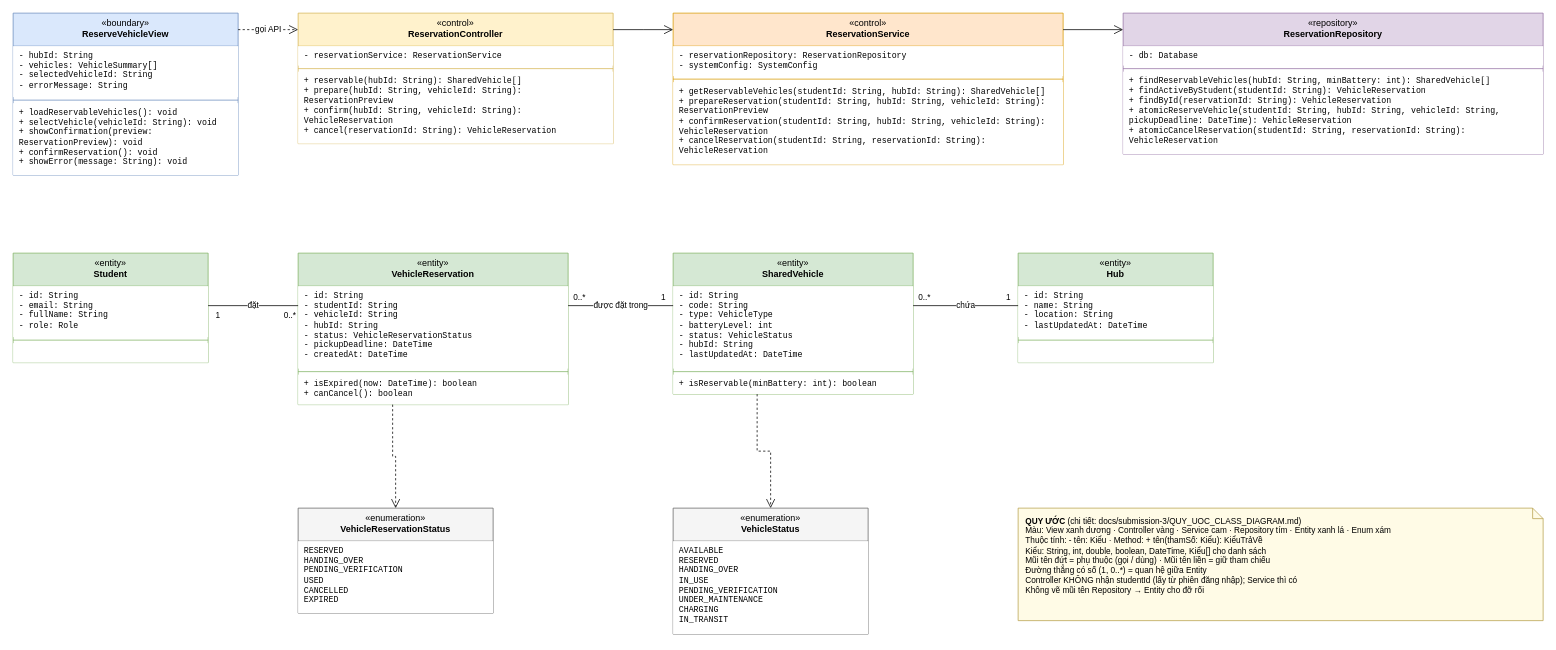
Before: docs/submission-3/class-diagram-template.drawio in nhanbui304/smart-emobility-hub, a draw.io diagram. Source tidied: cells renumbered, new cells numbered last; positions are measured from the earlier drawing's top-left corner, leaving out a move shared by most shapes. Both pictures are drawn from the tidied source at 75%, with x=0, y=0 at pixel (13, 13).
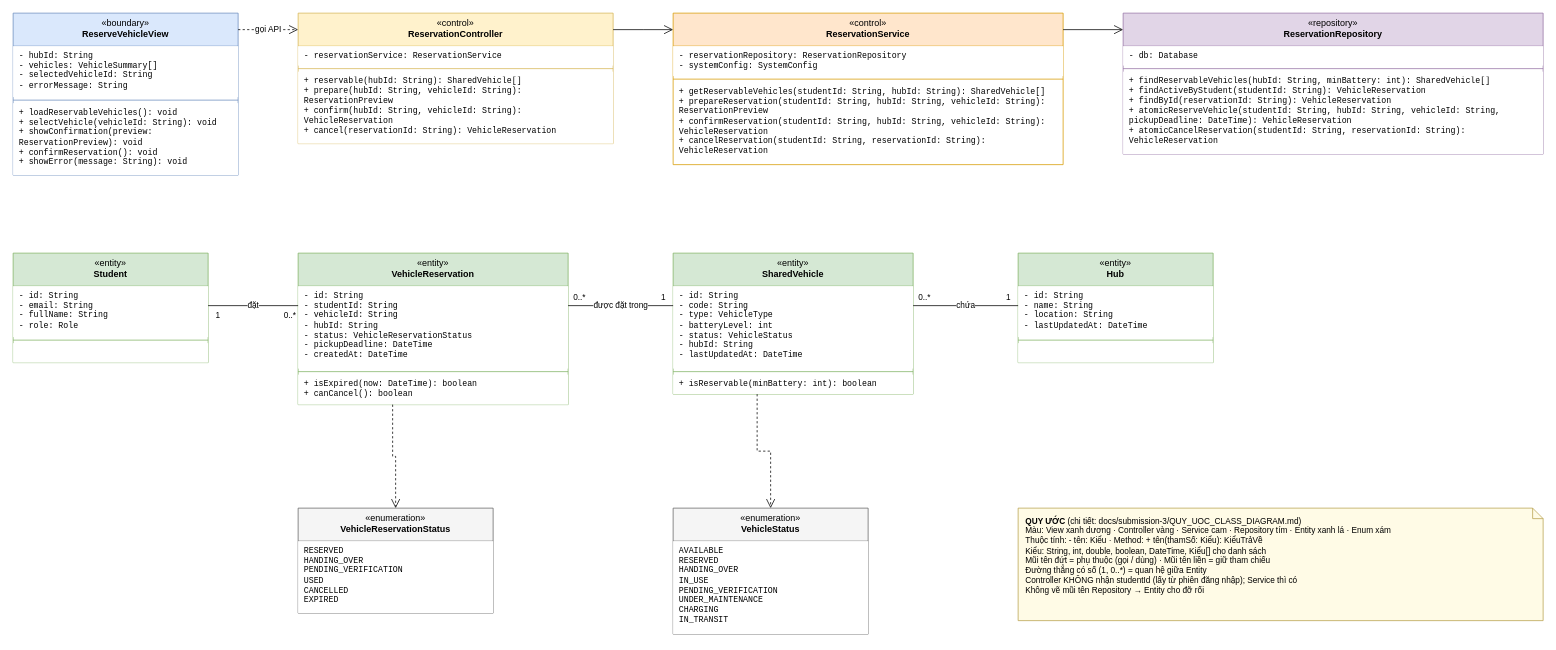
The same page after the edit.

Diff of the diagram source:
```diff
@@
-    <mxCell id="10" value="«control»&lt;br&gt;&lt;b&gt;ReservationService&lt;/b&gt;" style="swimlane;fontStyle=0;align=center;verticalAlign=top;horizontal=1;startSize=44;html=1;whiteSpace=wrap;fillColor=#ffe6cc;strokeColor=#d79b00;fontSize=12;" parent="1" vertex="1">
+    <mxCell id="10" value="«control»&lt;br&gt;&lt;b&gt;ReservationService&lt;/b&gt;" style="swimlane;fontStyle=0;align=center;verticalAlign=top;horizontal=1;startSize=44;html=1;whiteSpace=wrap;fontSize=12;fillColor=#ffe6cc;strokeColor=#d79b00;" parent="1" vertex="1">
       <mxGeometry x="880" width="520" height="202" as="geometry" />
     </mxCell>
@@
-    <mxCell id="13" value="+ getReservableVehicles(studentId: String, hubId: String): SharedVehicle[]&lt;br&gt;+ prepareReservation(studentId: String, hubId: String, vehicleId: String): ReservationPreview&lt;br&gt;+ confirmReservation(studentId: String, hubId: String, vehicleId: String): VehicleReservation&lt;br&gt;+ cancelReservation(studentId: String, reservationId: String): VehicleReservation" style="text;strokeColor=none;fillColor=#ffffff;align=left;verticalAlign=top;spacingLeft=6;spacingRight=4;overflow=hidden;html=1;whiteSpace=wrap;fontFamily=Courier New;fontSize=11;" parent="10" vertex="1">
+    <mxCell id="13" value="+ getReservableVehicles(studentId: String, hubId: String): SharedVehicle[]&lt;br&gt;+ prepareReservation(studentId: String, hubId: String, vehicleId: String): ReservationPreview&lt;br&gt;+ confirmReservation(studentId: String, hubId: String, vehicleId: String): VehicleReservation&lt;br&gt;+ cancelReservation(studentId: String, reservationId: String): VehicleReservation" style="text;align=left;verticalAlign=top;spacingLeft=6;spacingRight=4;overflow=hidden;html=1;whiteSpace=wrap;fontFamily=Courier New;fontSize=11;" parent="10" vertex="1">
       <mxGeometry y="92" width="520" height="110" as="geometry" />
     </mxCell>
```
